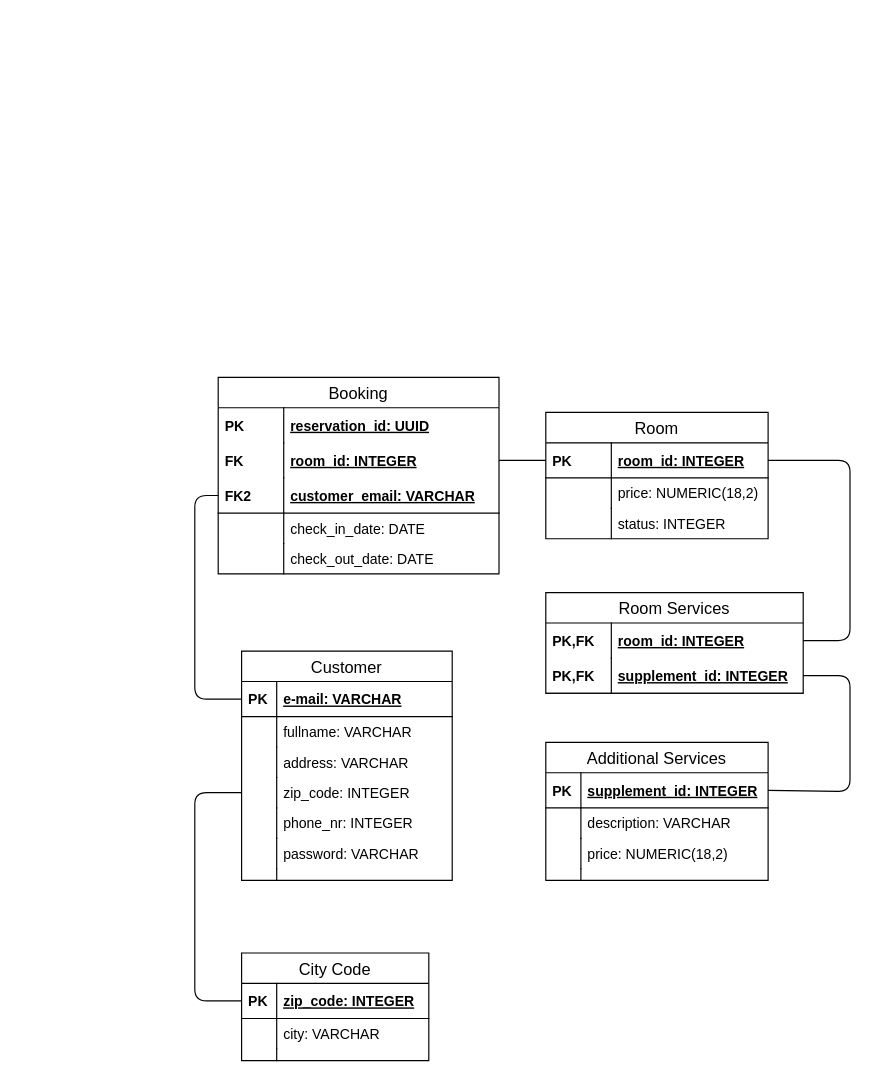
Above: Dokumentation/RDS.drawio in NansyT/CountryLiving (draw.io), before the change. Source tidied: cells renumbered, new cells numbered last; positions are measured from the earlier drawing's top-left corner, leaving out a move shared by most shapes. Both pictures are drawn from the tidied source at 117%, with x=0, y=0 at pixel (194, 377).
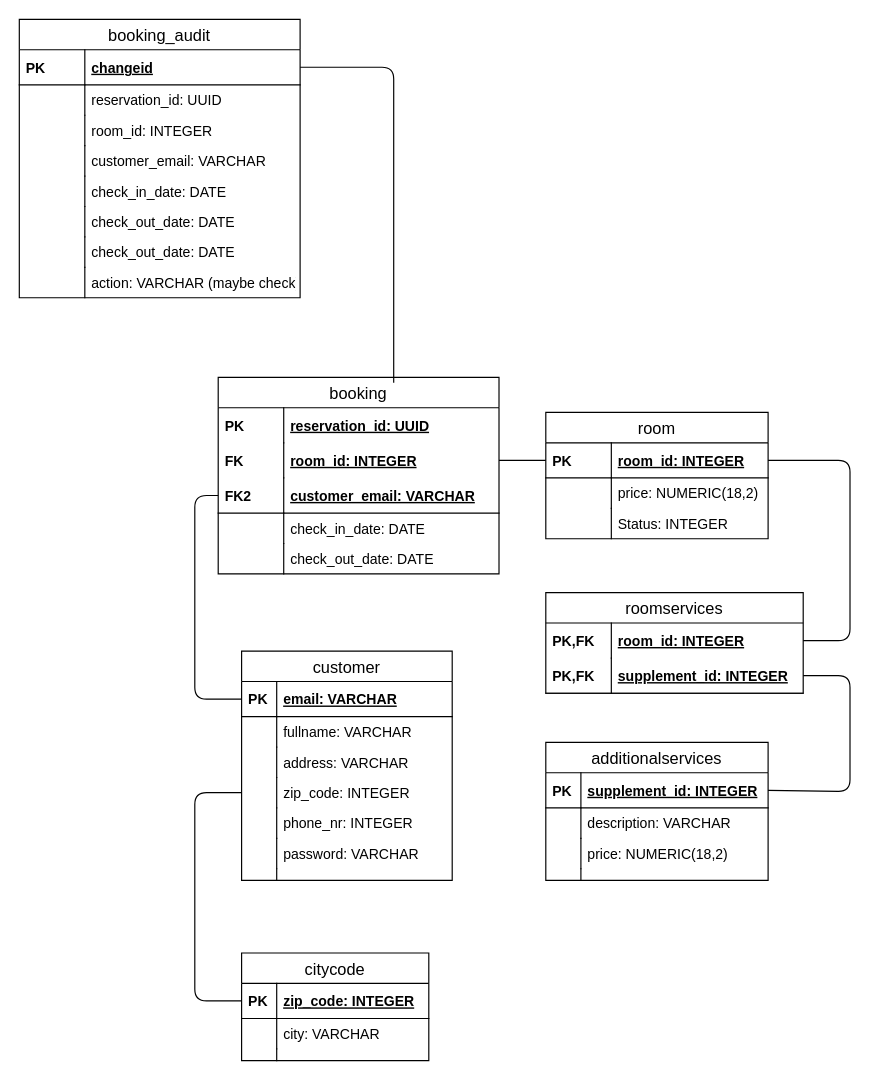
The same page after the edit.

What changed in the source:
```diff
@@
-    <mxCell id="2" value="Room" style="swimlane;fontStyle=0;horizontal=1;startSize=26;align=center;fontSize=14;" parent="1" vertex="1">
+    <mxCell id="2" value="room" style="swimlane;fontStyle=0;horizontal=1;startSize=26;align=center;fontSize=14;" parent="1" vertex="1">
       <mxGeometry x="300" y="30" width="190" height="108" as="geometry" />
     </mxCell>
@@
-    <mxCell id="7" value="status: INTEGER" style="shape=partialRectangle;top=0;left=0;right=0;bottom=0;align=left;verticalAlign=top;fillColor=none;spacingLeft=60;spacingRight=4;overflow=hidden;fontSize=12;" parent="2" vertex="1">
+    <mxCell id="7" value="Status: INTEGER" style="shape=partialRectangle;top=0;left=0;right=0;bottom=0;align=left;verticalAlign=top;fillColor=none;spacingLeft=60;spacingRight=4;overflow=hidden;fontSize=12;" parent="2" vertex="1">
       <mxGeometry y="82" width="190" height="26" as="geometry" />
     </mxCell>
@@
-    <mxCell id="11" value="Booking" style="swimlane;fontStyle=0;horizontal=1;startSize=26;align=center;fontSize=14;" parent="1" vertex="1">
+    <mxCell id="11" value="booking" style="swimlane;fontStyle=0;horizontal=1;startSize=26;align=center;fontSize=14;" parent="1" vertex="1">
       <mxGeometry x="20" width="240" height="168" as="geometry" />
     </mxCell>
@@
-    <mxCell id="23" value="Customer" style="swimlane;fontStyle=0;horizontal=1;startSize=26;align=center;fontSize=14;" parent="1" vertex="1">
+    <mxCell id="23" value="customer" style="swimlane;fontStyle=0;horizontal=1;startSize=26;align=center;fontSize=14;" parent="1" vertex="1">
       <mxGeometry x="40" y="234" width="180" height="196" as="geometry" />
     </mxCell>
-    <mxCell id="24" value="e-mail: VARCHAR" style="shape=partialRectangle;top=0;left=0;right=0;bottom=1;align=left;verticalAlign=middle;fillColor=none;spacingLeft=34;spacingRight=4;overflow=hidden;points=[[0,0.5],[1,0.5]];portConstraint=eastwest;fontStyle=5;fontSize=12;" parent="23" vertex="1">
+    <mxCell id="24" value="email: VARCHAR" style="shape=partialRectangle;top=0;left=0;right=0;bottom=1;align=left;verticalAlign=middle;fillColor=none;spacingLeft=34;spacingRight=4;overflow=hidden;points=[[0,0.5],[1,0.5]];portConstraint=eastwest;fontStyle=5;fontSize=12;" parent="23" vertex="1">
       <mxGeometry y="26" width="180" height="30" as="geometry" />
     </mxCell>
@@
+    <mxCell id="61" value="booking_audit" style="swimlane;fontStyle=0;horizontal=1;startSize=26;align=center;fontSize=14;" parent="1" vertex="1">
+      <mxGeometry x="-150" y="-306" width="240" height="238" as="geometry" />
+    </mxCell>
+    <mxCell id="62" value="changeid" style="shape=partialRectangle;top=0;left=0;right=0;bottom=1;align=left;verticalAlign=middle;fillColor=none;spacingLeft=60;spacingRight=4;overflow=hidden;points=[[0,0.5],[1,0.5]];portConstraint=eastwest;fontStyle=5;fontSize=12;" parent="61" vertex="1">
+      <mxGeometry y="26" width="240" height="30" as="geometry" />
+    </mxCell>
+    <mxCell id="63" value="PK" style="shape=partialRectangle;fontStyle=1;top=0;left=0;bottom=0;fillColor=none;align=left;verticalAlign=middle;spacingLeft=4;spacingRight=4;overflow=hidden;fontSize=12;" parent="62" vertex="1">
+      <mxGeometry width="56" height="30" as="geometry" />
+    </mxCell>
+    <mxCell id="64" value="reservation_id: UUID" style="shape=partialRectangle;top=0;left=0;right=0;bottom=0;align=left;verticalAlign=top;fillColor=none;spacingLeft=60;spacingRight=4;overflow=hidden;fontSize=12;" parent="61" vertex="1">
+      <mxGeometry y="56" width="240" height="26" as="geometry" />
+    </mxCell>
+    <mxCell id="65" style="shape=partialRectangle;top=0;left=0;bottom=0;fillColor=none;align=left;verticalAlign=top;spacingLeft=4;spacingRight=4;overflow=hidden;fontSize=12;" parent="64" vertex="1">
+      <mxGeometry width="56" height="26" as="geometry" />
+    </mxCell>
+    <mxCell id="66" value="room_id: INTEGER" style="shape=partialRectangle;top=0;left=0;right=0;bottom=0;align=left;verticalAlign=top;fillColor=none;spacingLeft=60;spacingRight=4;overflow=hidden;fontSize=12;" parent="61" vertex="1">
+      <mxGeometry y="82" width="240" height="26" as="geometry" />
+    </mxCell>
+    <mxCell id="67" style="shape=partialRectangle;top=0;left=0;bottom=0;fillColor=none;align=left;verticalAlign=top;spacingLeft=4;spacingRight=4;overflow=hidden;fontSize=12;" parent="66" vertex="1">
+      <mxGeometry width="56" height="26" as="geometry" />
+    </mxCell>
+    <mxCell id="68" value="customer_email: VARCHAR" style="shape=partialRectangle;top=0;left=0;right=0;bottom=0;align=left;verticalAlign=top;fillColor=none;spacingLeft=60;spacingRight=4;overflow=hidden;fontSize=12;" parent="61" vertex="1">
+      <mxGeometry y="108" width="240" height="26" as="geometry" />
+    </mxCell>
+    <mxCell id="69" style="shape=partialRectangle;top=0;left=0;bottom=0;fillColor=none;align=left;verticalAlign=top;spacingLeft=4;spacingRight=4;overflow=hidden;fontSize=12;" parent="68" vertex="1">
+      <mxGeometry width="56" height="26" as="geometry" />
+    </mxCell>
+    <mxCell id="70" value="check_in_date: DATE" style="shape=partialRectangle;top=0;left=0;right=0;bottom=0;align=left;verticalAlign=top;fillColor=none;spacingLeft=60;spacingRight=4;overflow=hidden;fontSize=12;" parent="61" vertex="1">
+      <mxGeometry y="134" width="240" height="26" as="geometry" />
+    </mxCell>
+    <mxCell id="71" style="shape=partialRectangle;top=0;left=0;bottom=0;fillColor=none;align=left;verticalAlign=top;spacingLeft=4;spacingRight=4;overflow=hidden;fontSize=12;" parent="70" vertex="1">
+      <mxGeometry width="56" height="26" as="geometry" />
+    </mxCell>
+    <mxCell id="72" value="check_out_date: DATE" style="shape=partialRectangle;top=0;left=0;right=0;bottom=0;align=left;verticalAlign=top;fillColor=none;spacingLeft=60;spacingRight=4;overflow=hidden;fontSize=12;" parent="61" vertex="1">
+      <mxGeometry y="160" width="240" height="26" as="geometry" />
+    </mxCell>
+    <mxCell id="73" style="shape=partialRectangle;top=0;left=0;bottom=0;fillColor=none;align=left;verticalAlign=top;spacingLeft=4;spacingRight=4;overflow=hidden;fontSize=12;" parent="72" vertex="1">
+      <mxGeometry width="56" height="26" as="geometry" />
+    </mxCell>
+    <mxCell id="74" value="check_out_date: DATE" style="shape=partialRectangle;top=0;left=0;right=0;bottom=0;align=left;verticalAlign=top;fillColor=none;spacingLeft=60;spacingRight=4;overflow=hidden;fontSize=12;" parent="61" vertex="1">
+      <mxGeometry y="186" width="240" height="26" as="geometry" />
+    </mxCell>
+    <mxCell id="75" style="shape=partialRectangle;top=0;left=0;bottom=0;fillColor=none;align=left;verticalAlign=top;spacingLeft=4;spacingRight=4;overflow=hidden;fontSize=12;" parent="74" vertex="1">
+      <mxGeometry width="56" height="26" as="geometry" />
+    </mxCell>
+    <mxCell id="76" value="action: VARCHAR (maybe check)" style="shape=partialRectangle;top=0;left=0;right=0;bottom=0;align=left;verticalAlign=top;fillColor=none;spacingLeft=60;spacingRight=4;overflow=hidden;fontSize=12;" parent="61" vertex="1">
+      <mxGeometry y="212" width="240" height="26" as="geometry" />
+    </mxCell>
+    <mxCell id="77" style="shape=partialRectangle;top=0;left=0;bottom=0;fillColor=none;align=left;verticalAlign=top;spacingLeft=4;spacingRight=4;overflow=hidden;fontSize=12;" parent="76" vertex="1">
+      <mxGeometry width="56" height="26" as="geometry" />
+    </mxCell>
-    <mxCell id="38" value="City Code" style="swimlane;fontStyle=0;horizontal=1;startSize=26;align=center;fontSize=14;" parent="1" vertex="1">
+    <mxCell id="38" value="citycode" style="swimlane;fontStyle=0;horizontal=1;startSize=26;align=center;fontSize=14;" parent="1" vertex="1">
       <mxGeometry x="40" y="492" width="160" height="92" as="geometry" />
     </mxCell>
@@
-    <mxCell id="47" value="Room Services" style="swimlane;fontStyle=0;horizontal=1;startSize=26;align=center;fontSize=14;" parent="1" vertex="1">
+    <mxCell id="47" value="roomservices" style="swimlane;fontStyle=0;horizontal=1;startSize=26;align=center;fontSize=14;" parent="1" vertex="1">
       <mxGeometry x="300" y="184" width="220" height="86" as="geometry" />
     </mxCell>
@@
-    <mxCell id="52" value="Additional Services" style="swimlane;fontStyle=0;horizontal=1;startSize=26;align=center;fontSize=14;" parent="1" vertex="1">
+    <mxCell id="52" value="additionalservices" style="swimlane;fontStyle=0;horizontal=1;startSize=26;align=center;fontSize=14;" parent="1" vertex="1">
       <mxGeometry x="300" y="312" width="190" height="118" as="geometry" />
     </mxCell>
@@
+    <mxCell id="78" style="endArrow=none;html=1;entryX=1;entryY=0.5;entryDx=0;entryDy=0;exitX=0.625;exitY=0.028;exitDx=0;exitDy=0;exitPerimeter=0;" parent="1" edge="1" source="11" target="62">
+      <mxGeometry relative="1" as="geometry">
+        <Array as="points">
+          <mxPoint x="170" y="-32" />
+          <mxPoint x="170" y="-133" />
+          <mxPoint x="170" y="-265" />
+        </Array>
+      </mxGeometry>
+    </mxCell>
```
